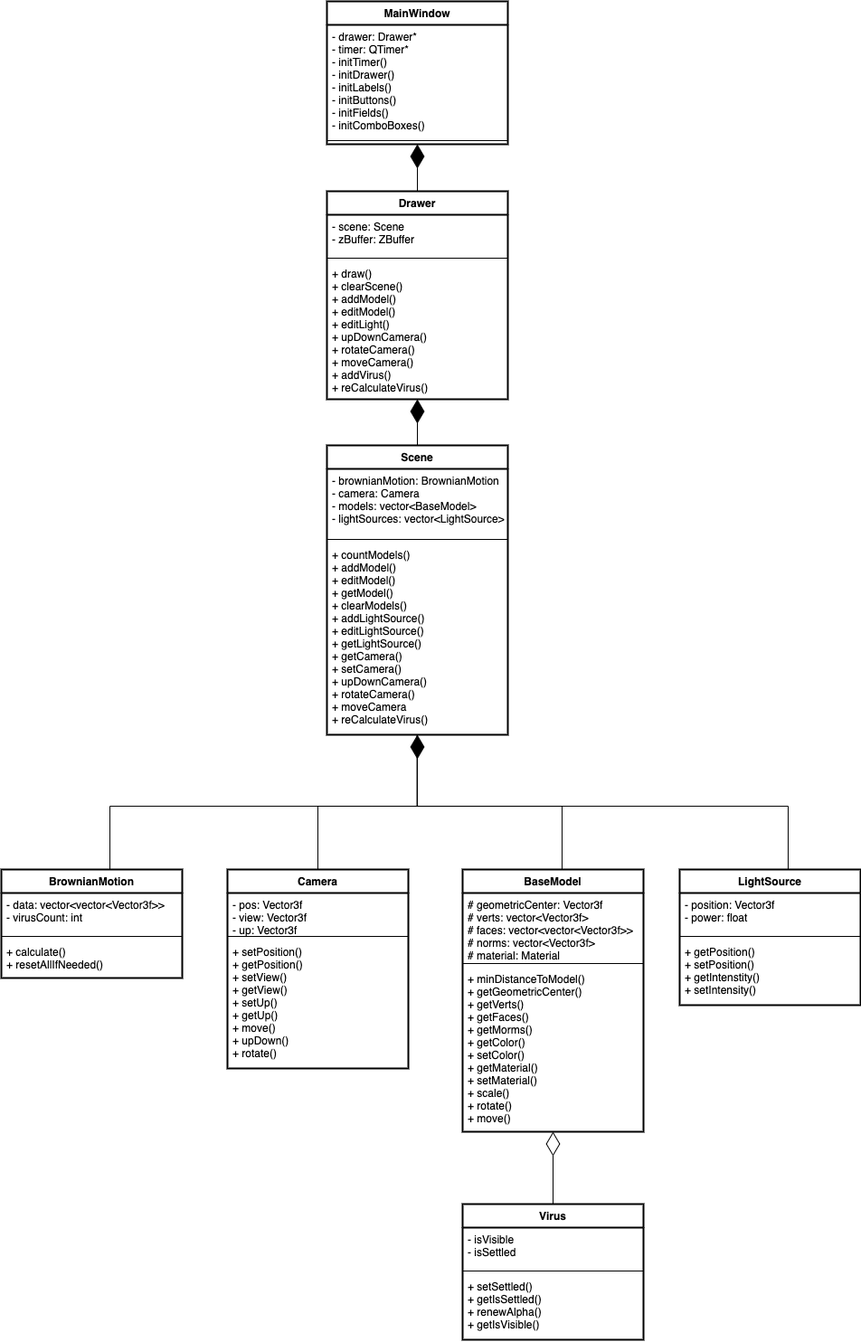
Earlier version of the draw.io export Итог/report/img/classes.png (tatarinova0903/bmstu_cg_course). Source tidied: cells renumbered, new cells last; positions are measured from the earlier drawing's top-left corner, leaving out a move shared by most shapes.
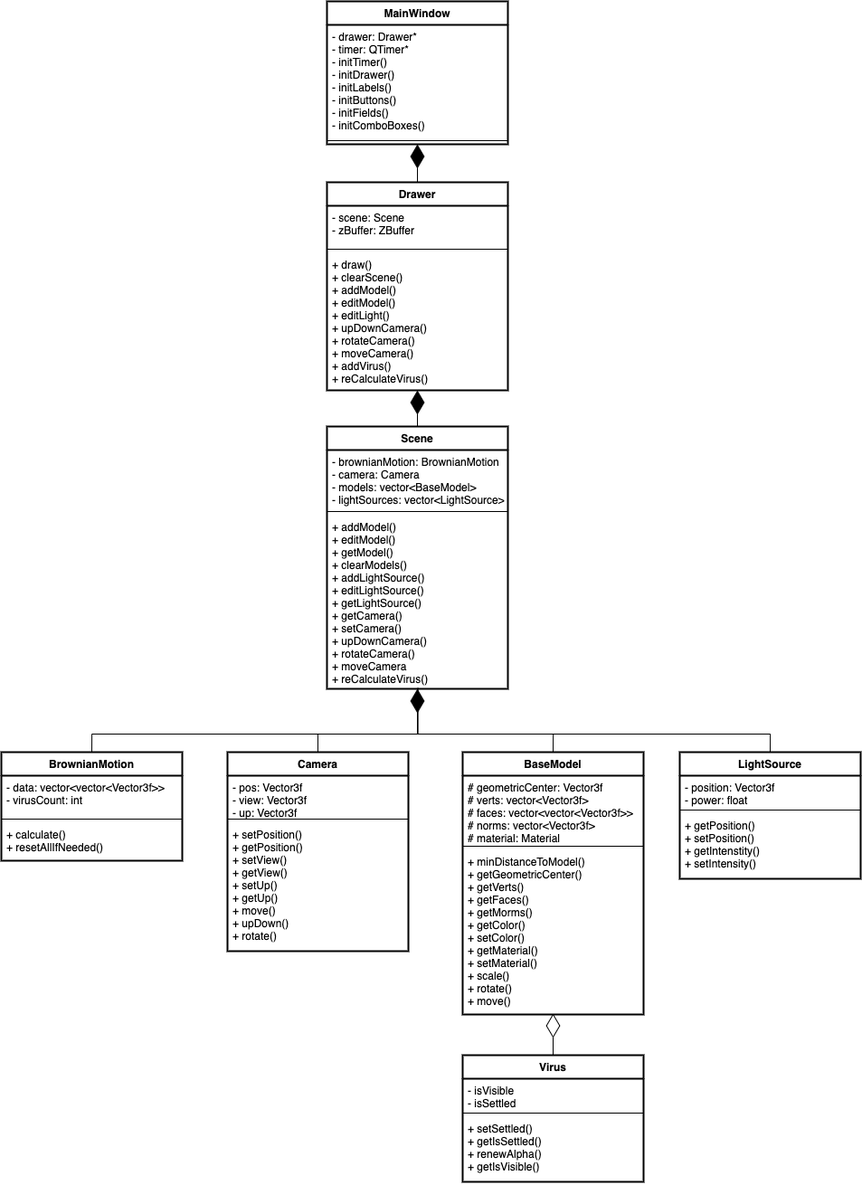
After the change.

Change to the diagram source:
```diff
@@ -3,7 +3,7 @@
     <mxCell id="0" />
     <mxCell id="1" parent="0" />
     <mxCell id="2" value="MainWindow" style="swimlane;fontStyle=1;align=center;verticalAlign=top;horizontal=1;startSize=26;strokeWidth=2;" parent="1" vertex="1">
-      <mxGeometry x="360" width="200" height="158" as="geometry" />
+      <mxGeometry x="360" y="10" width="200" height="158" as="geometry" />
     </mxCell>
     <mxCell id="3" value="- drawer: Drawer*&#10;- timer: QTimer*&#10;- initTimer()&#10;- initDrawer()&#10;- initLabels()&#10;- initButtons()&#10;- initFields()&#10;- initComboBoxes()" style="text;strokeColor=none;fillColor=none;align=left;verticalAlign=top;spacingLeft=4;spacingRight=4;overflow=hidden;strokeWidth=2;" parent="2" vertex="1">
       <mxGeometry y="26" width="200" height="124" as="geometry" />
@@ -27,30 +27,30 @@
       <mxGeometry relative="1" as="geometry" />
     </mxCell>
     <mxCell id="10" value="Scene" style="swimlane;fontStyle=1;align=center;verticalAlign=top;horizontal=1;startSize=26;strokeWidth=2;" parent="1" vertex="1">
-      <mxGeometry x="360" y="491" width="200" height="320" as="geometry" />
+      <mxGeometry x="360" y="480" width="200" height="290" as="geometry" />
     </mxCell>
     <mxCell id="11" value="- brownianMotion: BrownianMotion&#10;- camera: Camera&#10;- models: vector&lt;BaseModel&gt;&#10;- lightSources: vector&lt;LightSource&gt;" style="text;strokeColor=none;fillColor=none;align=left;verticalAlign=top;spacingLeft=4;spacingRight=4;overflow=hidden;strokeWidth=2;" parent="10" vertex="1">
-      <mxGeometry y="26" width="200" height="74" as="geometry" />
+      <mxGeometry y="26" width="200" height="64" as="geometry" />
     </mxCell>
     <mxCell id="12" style="line;strokeWidth=1;fillColor=none;align=left;verticalAlign=middle;spacingTop=-1;spacingLeft=3;spacingRight=3;labelPosition=right;strokeColor=inherit;" parent="10" vertex="1">
-      <mxGeometry y="100" width="200" height="8" as="geometry" />
+      <mxGeometry y="90" width="200" height="8" as="geometry" />
     </mxCell>
-    <mxCell id="13" value="+ countModels()&#10;+ addModel()&#10;+ editModel()&#10;+ getModel()&#10;+ clearModels()&#10;+ addLightSource()&#10;+ editLightSource()&#10;+ getLightSource()&#10;+ getCamera()&#10;+ setCamera()&#10;+ upDownCamera()&#10;+ rotateCamera()&#10;+ moveCamera&#10;+ reCalculateVirus()" style="text;strokeColor=none;fillColor=none;align=left;verticalAlign=top;spacingLeft=4;spacingRight=4;overflow=hidden;points=[[0,0.5],[1,0.5]];portConstraint=eastwest;strokeWidth=2;" parent="10" vertex="1">
-      <mxGeometry y="108" width="200" height="212" as="geometry" />
+    <mxCell id="13" value="+ addModel()&#10;+ editModel()&#10;+ getModel()&#10;+ clearModels()&#10;+ addLightSource()&#10;+ editLightSource()&#10;+ getLightSource()&#10;+ getCamera()&#10;+ setCamera()&#10;+ upDownCamera()&#10;+ rotateCamera()&#10;+ moveCamera&#10;+ reCalculateVirus()" style="text;strokeColor=none;fillColor=none;align=left;verticalAlign=top;spacingLeft=4;spacingRight=4;overflow=hidden;points=[[0,0.5],[1,0.5]];portConstraint=eastwest;strokeWidth=2;" parent="10" vertex="1">
+      <mxGeometry y="98" width="200" height="192" as="geometry" />
     </mxCell>
     <mxCell id="14" style="endArrow=diamondThin;endFill=1;endSize=24;html=1;rounded=0;exitX=0.5;exitY=0;exitDx=0;exitDy=0;entryX=0.5;entryY=1;entryDx=0;entryDy=0;" parent="1" edge="1" source="10" target="5">
       <mxGeometry relative="1" as="geometry" />
     </mxCell>
-    <mxCell id="15" style="edgeStyle=orthogonalEdgeStyle;rounded=0;jettySize=auto;html=1;exitX=0.5;exitY=0;exitDx=0;exitDy=0;entryX=0.498;entryY=1.002;entryDx=0;entryDy=0;entryPerimeter=0;endArrow=none;endFill=0;" parent="1" edge="1" source="16" target="13">
-      <mxGeometry relative="1" as="geometry">
-        <Array as="points">
-          <mxPoint x="120" y="890" />
-          <mxPoint x="460" y="890" />
-        </Array>
-      </mxGeometry>
-    </mxCell>
+    <mxCell id="40" style="edgeStyle=orthogonalEdgeStyle;rounded=0;jettySize=auto;html=1;exitX=0.5;exitY=0;exitDx=0;exitDy=0;entryX=0.5;entryY=1;entryDx=0;entryDy=0;endArrow=none;endFill=0;" parent="1" edge="1" source="16" target="10">
+      <mxGeometry relative="1" as="geometry">
+        <Array as="points">
+          <mxPoint x="100" y="820" />
+          <mxPoint x="460" y="820" />
+        </Array>
+      </mxGeometry>
+    </mxCell>
     <mxCell id="16" value="BrownianMotion" style="swimlane;fontStyle=1;align=center;verticalAlign=top;horizontal=1;startSize=26;strokeWidth=2;" parent="1" vertex="1">
-      <mxGeometry y="960" width="200" height="120" as="geometry" />
+      <mxGeometry y="840" width="200" height="120" as="geometry" />
     </mxCell>
     <mxCell id="17" value="- data: vector&lt;vector&lt;Vector3f&gt;&gt;&#10;- virusCount: int" style="text;strokeColor=none;fillColor=none;align=left;verticalAlign=top;spacingLeft=4;spacingRight=4;overflow=hidden;strokeWidth=2;" parent="16" vertex="1">
       <mxGeometry y="26" width="200" height="44" as="geometry" />
@@ -62,7 +62,7 @@
       <mxGeometry y="78" width="200" height="42" as="geometry" />
     </mxCell>
     <mxCell id="20" value="Camera" style="swimlane;fontStyle=1;align=center;verticalAlign=top;horizontal=1;startSize=26;strokeWidth=2;" parent="1" vertex="1">
-      <mxGeometry x="250" y="960" width="200" height="220" as="geometry" />
+      <mxGeometry x="250" y="840" width="200" height="220" as="geometry" />
     </mxCell>
     <mxCell id="21" value="- pos: Vector3f&#10;- view: Vector3f&#10;- up: Vector3f" style="text;strokeColor=none;fillColor=none;align=left;verticalAlign=top;spacingLeft=4;spacingRight=4;overflow=hidden;strokeWidth=2;" parent="20" vertex="1">
       <mxGeometry y="26" width="200" height="44" as="geometry" />
@@ -73,16 +73,16 @@
     <mxCell id="23" value="+ setPosition()&#10;+ getPosition()&#10;+ setView()&#10;+ getView()&#10;+ setUp()&#10;+ getUp()&#10;+ move()&#10;+ upDown()&#10;+ rotate()" style="text;strokeColor=none;fillColor=none;align=left;verticalAlign=top;spacingLeft=4;spacingRight=4;overflow=hidden;strokeWidth=2;" parent="20" vertex="1">
       <mxGeometry y="78" width="200" height="142" as="geometry" />
     </mxCell>
-    <mxCell id="24" style="edgeStyle=orthogonalEdgeStyle;rounded=0;jettySize=auto;html=1;exitX=0.5;exitY=0;exitDx=0;exitDy=0;entryX=0.5;entryY=1;entryDx=0;entryDy=0;endArrow=none;endFill=0;" parent="1" edge="1" source="25" target="10">
-      <mxGeometry relative="1" as="geometry">
-        <Array as="points">
-          <mxPoint x="620" y="890" />
-          <mxPoint x="460" y="890" />
-        </Array>
-      </mxGeometry>
-    </mxCell>
+    <mxCell id="41" style="edgeStyle=orthogonalEdgeStyle;rounded=0;jettySize=auto;html=1;exitX=0.5;exitY=0;exitDx=0;exitDy=0;entryX=0.503;entryY=0.995;entryDx=0;entryDy=0;entryPerimeter=0;endArrow=none;endFill=0;" parent="1" edge="1" source="25" target="13">
+      <mxGeometry relative="1" as="geometry">
+        <Array as="points">
+          <mxPoint x="610" y="820" />
+          <mxPoint x="461" y="820" />
+        </Array>
+      </mxGeometry>
+    </mxCell>
     <mxCell id="25" value="BaseModel" style="swimlane;fontStyle=1;align=center;verticalAlign=top;horizontal=1;startSize=26;strokeWidth=2;" parent="1" vertex="1">
-      <mxGeometry x="510" y="960" width="200" height="290" as="geometry" />
+      <mxGeometry x="510" y="840" width="200" height="290" as="geometry" />
     </mxCell>
     <mxCell id="26" value="# geometricCenter: Vector3f&#10;# verts: vector&lt;Vector3f&gt;&#10;# faces: vector&lt;vector&lt;Vector3f&gt;&gt;&#10;# norms: vector&lt;Vector3f&gt;&#10;# material: Material" style="text;strokeColor=none;fillColor=none;align=left;verticalAlign=top;spacingLeft=4;spacingRight=4;overflow=hidden;strokeWidth=2;" parent="25" vertex="1">
       <mxGeometry y="26" width="200" height="74" as="geometry" />
@@ -93,50 +93,51 @@
     <mxCell id="28" value="+ minDistanceToModel()&#10;+ getGeometricCenter()&#10;+ getVerts()&#10;+ getFaces()&#10;+ getMorms()&#10;+ getColor()&#10;+ setColor()&#10;+ getMaterial()&#10;+ setMaterial()&#10;+ scale()&#10;+ rotate()&#10;+ move()" style="text;strokeColor=none;fillColor=none;align=left;verticalAlign=top;spacingLeft=4;spacingRight=4;overflow=hidden;strokeWidth=2;" parent="25" vertex="1">
       <mxGeometry y="108" width="200" height="182" as="geometry" />
     </mxCell>
-    <mxCell id="29" style="edgeStyle=orthogonalEdgeStyle;rounded=0;jettySize=auto;html=1;exitX=0.5;exitY=0;exitDx=0;exitDy=0;entryX=0.5;entryY=1;entryDx=0;entryDy=0;endArrow=none;endFill=0;" parent="1" edge="1" source="30" target="10">
-      <mxGeometry relative="1" as="geometry">
-        <Array as="points">
-          <mxPoint x="870" y="890" />
-          <mxPoint x="460" y="890" />
-        </Array>
-      </mxGeometry>
-    </mxCell>
+    <mxCell id="42" style="edgeStyle=orthogonalEdgeStyle;rounded=0;jettySize=auto;html=1;exitX=0.5;exitY=0;exitDx=0;exitDy=0;endArrow=none;endFill=0;" parent="1" edge="1" source="30">
+      <mxGeometry relative="1" as="geometry">
+        <mxPoint x="460" y="780" as="targetPoint" />
+        <Array as="points">
+          <mxPoint x="850" y="820" />
+          <mxPoint x="460" y="820" />
+        </Array>
+      </mxGeometry>
+    </mxCell>
     <mxCell id="30" value="LightSource" style="swimlane;fontStyle=1;align=center;verticalAlign=top;horizontal=1;startSize=26;strokeWidth=2;" parent="1" vertex="1">
-      <mxGeometry x="750" y="960" width="200" height="150" as="geometry" />
+      <mxGeometry x="750" y="840" width="200" height="140" as="geometry" />
     </mxCell>
     <mxCell id="31" value="- position: Vector3f&#10;- power: float" style="text;strokeColor=none;fillColor=none;align=left;verticalAlign=top;spacingLeft=4;spacingRight=4;overflow=hidden;strokeWidth=2;" parent="30" vertex="1">
-      <mxGeometry y="26" width="200" height="44" as="geometry" />
+      <mxGeometry y="26" width="200" height="34" as="geometry" />
     </mxCell>
     <mxCell id="32" style="line;strokeWidth=1;fillColor=none;align=left;verticalAlign=middle;spacingTop=-1;spacingLeft=3;spacingRight=3;labelPosition=right;strokeColor=inherit;" parent="30" vertex="1">
-      <mxGeometry y="70" width="200" height="8" as="geometry" />
+      <mxGeometry y="60" width="200" height="8" as="geometry" />
     </mxCell>
     <mxCell id="33" value="+ getPosition()&#10;+ setPosition()&#10;+ getIntenstity()&#10;+ setIntensity()" style="text;strokeColor=none;fillColor=none;align=left;verticalAlign=top;spacingLeft=4;spacingRight=4;overflow=hidden;strokeWidth=2;" parent="30" vertex="1">
-      <mxGeometry y="78" width="200" height="72" as="geometry" />
+      <mxGeometry y="68" width="200" height="72" as="geometry" />
     </mxCell>
     <mxCell id="34" value="Virus" style="swimlane;fontStyle=1;align=center;verticalAlign=top;horizontal=1;startSize=26;strokeWidth=2;" parent="1" vertex="1">
-      <mxGeometry x="510" y="1330" width="200" height="150" as="geometry" />
+      <mxGeometry x="510" y="1175" width="200" height="140" as="geometry" />
     </mxCell>
     <mxCell id="35" value="- isVisible&#10;- isSettled" style="text;strokeColor=none;fillColor=none;align=left;verticalAlign=top;spacingLeft=4;spacingRight=4;overflow=hidden;strokeWidth=2;" parent="34" vertex="1">
-      <mxGeometry y="26" width="200" height="44" as="geometry" />
+      <mxGeometry y="26" width="200" height="34" as="geometry" />
     </mxCell>
     <mxCell id="36" style="line;strokeWidth=1;fillColor=none;align=left;verticalAlign=middle;spacingTop=-1;spacingLeft=3;spacingRight=3;labelPosition=right;strokeColor=inherit;" parent="34" vertex="1">
-      <mxGeometry y="70" width="200" height="8" as="geometry" />
+      <mxGeometry y="60" width="200" height="8" as="geometry" />
     </mxCell>
     <mxCell id="37" value="+ setSettled()&#10;+ getIsSettled()&#10;+ renewAlpha()&#10;+ getIsVisible()" style="text;strokeColor=none;fillColor=none;align=left;verticalAlign=top;spacingLeft=4;spacingRight=4;overflow=hidden;strokeWidth=2;" parent="34" vertex="1">
-      <mxGeometry y="78" width="200" height="72" as="geometry" />
+      <mxGeometry y="68" width="200" height="72" as="geometry" />
     </mxCell>
     <mxCell id="38" style="endArrow=diamondThin;endFill=1;endSize=24;html=1;rounded=0;exitX=0.5;exitY=0;exitDx=0;exitDy=0;entryX=0.5;entryY=1;entryDx=0;entryDy=0;" parent="1" edge="1" source="20" target="10">
       <mxGeometry relative="1" as="geometry">
         <Array as="points">
-          <mxPoint x="350" y="890" />
-          <mxPoint x="410" y="890" />
-          <mxPoint x="460" y="890" />
+          <mxPoint x="350" y="820" />
+          <mxPoint x="410" y="820" />
+          <mxPoint x="460" y="820" />
         </Array>
       </mxGeometry>
     </mxCell>
     <mxCell id="39" style="endArrow=diamondThin;endFill=0;endSize=24;html=1;rounded=0;exitX=0.5;exitY=0;exitDx=0;exitDy=0;" parent="1" edge="1" source="34">
       <mxGeometry relative="1" as="geometry">
-        <mxPoint x="610" y="1250" as="targetPoint" />
+        <mxPoint x="610" y="1129" as="targetPoint" />
       </mxGeometry>
     </mxCell>
   </root>
```
